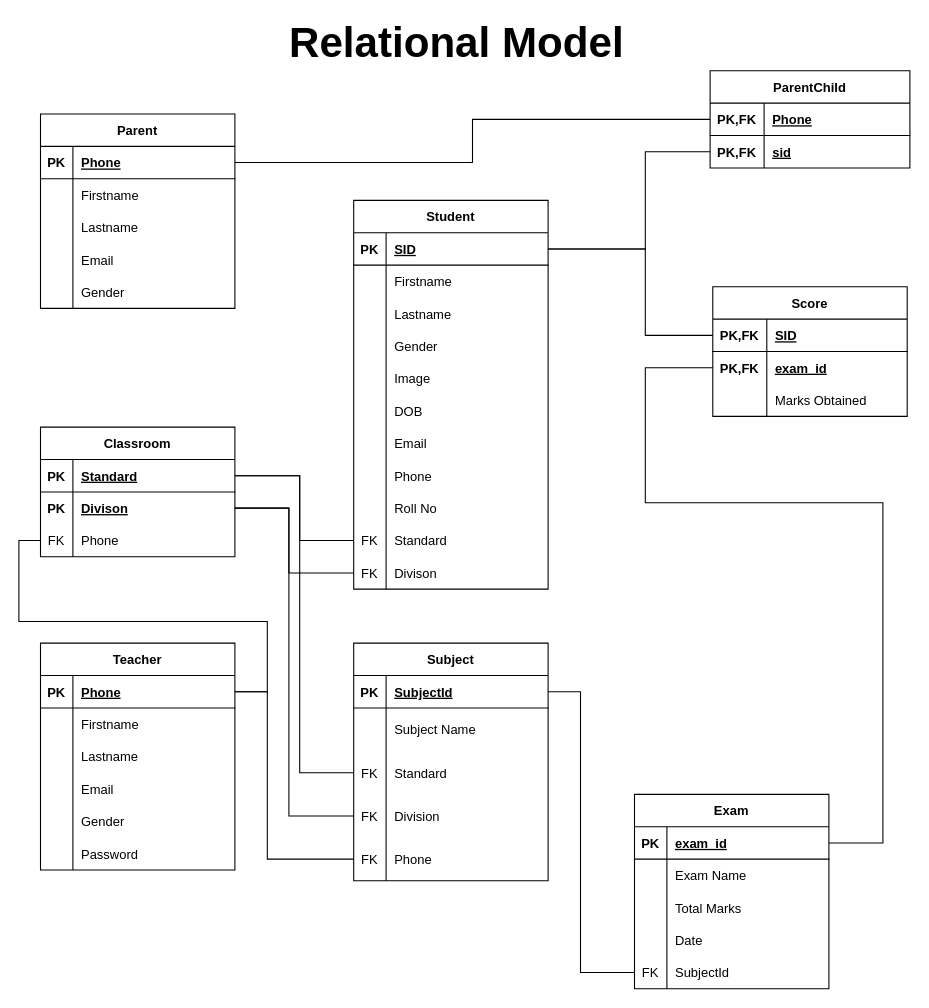
The draw.io diagram Database/School App Relational Model.drawio.xml in parmar-mohit/School-App, before the edit. Source tidied: cells renumbered, new cells numbered last; positions are measured from the earlier drawing's top-left corner, leaving out a move shared by most shapes. Both pictures are drawn from the tidied source at 108%, with x=0, y=0 at pixel (18, 27).
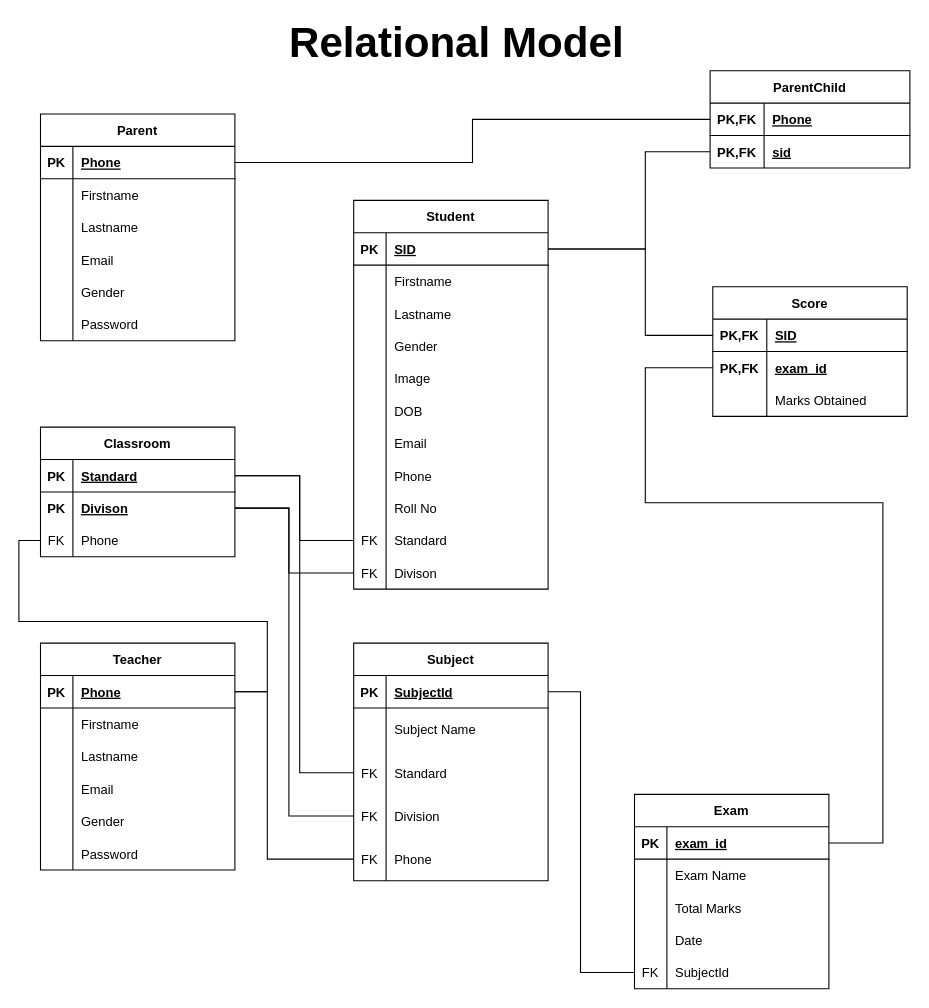
The same diagram, later.

The edit, as a diff of the source:
```diff
@@
     <mxCell id="2" value="Parent" style="shape=table;startSize=30;childLayout=tableLayout;rowLines=0;fontStyle=1;align=center;" parent="1" vertex="1">
-      <mxGeometry x="20" y="80" width="180" height="180" as="geometry" />
+      <mxGeometry x="20" y="80" width="180" height="210" as="geometry" />
     </mxCell>
@@
+    <mxCell id="142" style="shape=tableRow;horizontal=0;startSize=0;swimlaneHead=0;swimlaneBody=0;fillColor=none;top=0;left=0;right=0;bottom=0;" parent="2" vertex="1">
+      <mxGeometry y="180" width="180" height="30" as="geometry" />
+    </mxCell>
+    <mxCell id="143" style="shape=partialRectangle;fillColor=none;top=0;left=0;bottom=0;right=0;overflow=hidden;" parent="142" vertex="1">
+      <mxGeometry width="30" height="30" as="geometry" />
+    </mxCell>
+    <mxCell id="144" value="Password" style="shape=partialRectangle;fillColor=none;top=0;left=0;bottom=0;right=0;align=left;spacingLeft=6;overflow=hidden;" parent="142" vertex="1">
+      <mxGeometry x="30" width="150" height="30" as="geometry" />
+    </mxCell>
```
